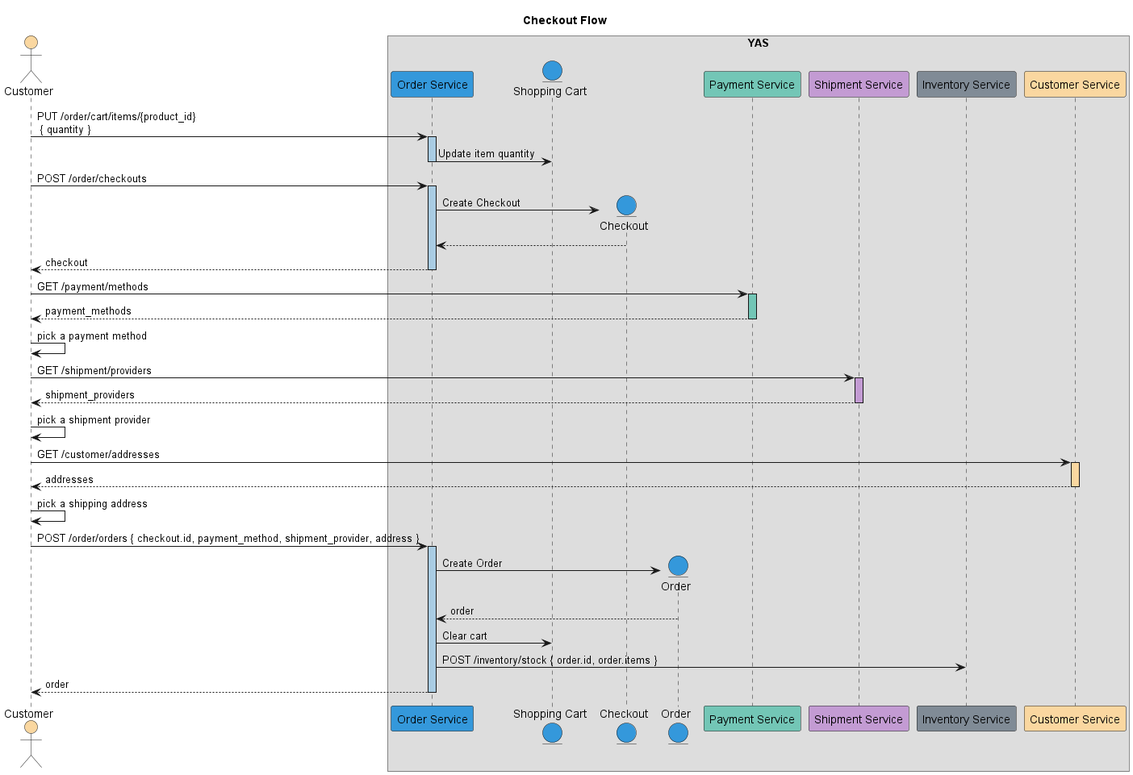
Earlier version of the PlantUML export docs/design/order-flows/imgs/Checkout Flow.png (nashtech-garage/yas).
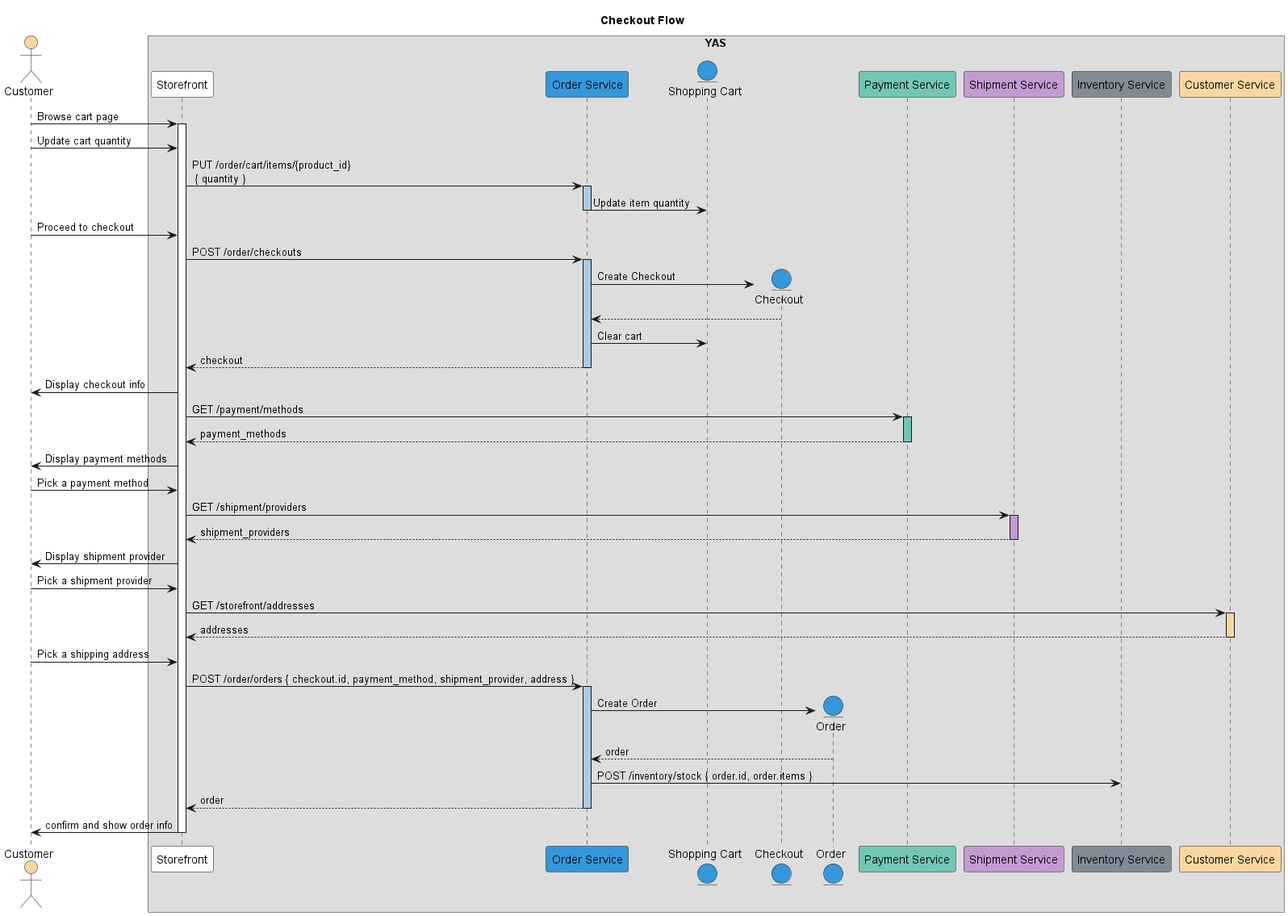
Above is the later version.

Commit message:
Update checkout sequence diagram

What changed in the source:
```diff
@@ -5,6 +5,7 @@
 actor Customer as customer #fad7a0
 
 box YAS
+    participant "Storefront" as storefront #ffffff
     participant "Order Service" as order_service #3498db
     entity "Shopping Cart" as shopping_cart #3498db
     entity "Checkout" as checkout #3498db
@@ -15,44 +16,50 @@
     participant "Customer Service" as customer_service #fad7a0
 end box
 
-customer -> order_service: PUT /order/cart/items/{product_id} \n { quantity }
+customer -> storefront: Browse cart page
+activate storefront #ffffff
+customer -> storefront: Update cart quantity
+storefront -> order_service: PUT /order/cart/items/{product_id} \n { quantity }
 activate order_service #a9cce3
   order_service -> shopping_cart: Update item quantity
 deactivate order_service
 
-customer -> order_service: POST /order/checkouts
+customer -> storefront: Proceed to checkout
+storefront -> order_service: POST /order/checkouts
 activate order_service #a9cce3
   order_service -> checkout **: Create Checkout
   order_service <-- checkout
-  customer <-- order_service: checkout
+  order_service -> shopping_cart: Clear cart
+  storefront <-- order_service: checkout
 deactivate order_service
+storefront -> customer: Display checkout info
+storefront -> payment_service: GET /payment/methods
+activate payment_service #73c6b6
+  storefront <-- payment_service: payment_methods
+deactivate payment_service
+storefront -> customer: Display payment methods
+customer -> storefront: Pick a payment method
 
-customer -> payment_service: GET /payment/methods
-activate payment_service #73c6b6
-  customer <-- payment_service: payment_methods
-deactivate payment_service
+storefront -> shipment_service: GET /shipment/providers
+activate shipment_service #c39bd3
+  storefront <-- shipment_service: shipment_providers
+deactivate shipment_service
+storefront -> customer: Display shipment provider
+customer -> storefront: Pick a shipment provider
 
-customer -> customer: pick a payment method
+storefront -> customer_service: GET /storefront/addresses
+activate customer_service #fad7a0
+  storefront <-- customer_service: addresses
+deactivate customer_service
+customer -> storefront: Pick a shipping address
 
-customer -> shipment_service: GET /shipment/providers
-activate shipment_service #c39bd3
-  customer <-- shipment_service: shipment_providers
-deactivate shipment_service
-customer -> customer: pick a shipment provider
-
-customer -> customer_service: GET /customer/addresses
-activate customer_service #fad7a0
-  customer <-- customer_service: addresses
-deactivate customer_service
-customer -> customer: pick a shipping address
-
-customer -> order_service: POST /order/orders { checkout.id, payment_method, shipment_provider, address }
+storefront -> order_service: POST /order/orders { checkout.id, payment_method, shipment_provider, address }
 activate order_service #a9cce3
   order_service -> order **: Create Order
   order_service <-- order: order
-  order_service -> shopping_cart: Clear cart
   order_service -> inventory_service: POST /inventory/stock { order.id, order.items }
-  customer <-- order_service: order
+  storefront <-- order_service: order
 deactivate order_service
-
+storefront -> customer: confirm and show order info
+deactivate storefront
 @enduml
```
